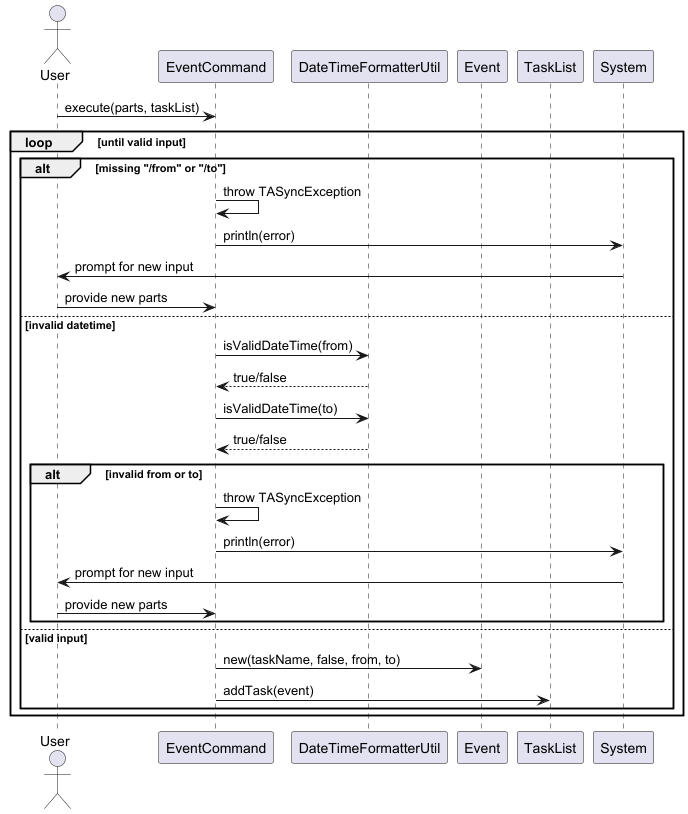
Before: docs/diagrams/tasklistcommands/EventCommandSequenceDiagram.png, a diagram exported from PlantUML (wongyihao02/tp).
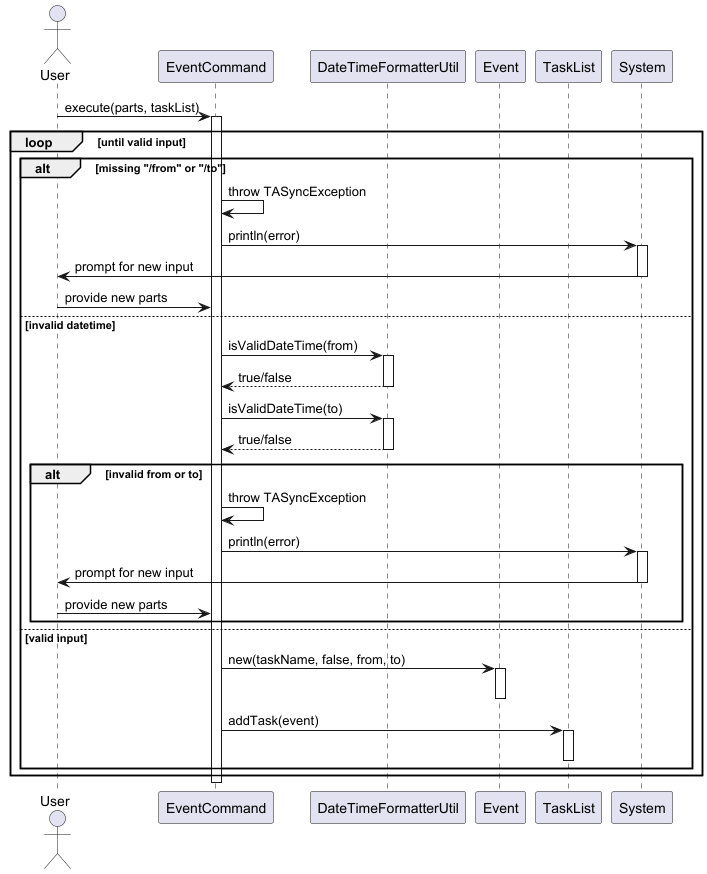
The same file after the commit.

Diff of the diagram source:
```diff
@@ -9,28 +9,45 @@
 participant "System" as Console
 
 User -> EventCmd : execute(parts, taskList)
+activate EventCmd
 
 loop until valid input
     alt missing "/from" or "/to"
         EventCmd -> EventCmd : throw TASyncException
         EventCmd -> Console : println(error)
+        activate Console
         Console -> User : prompt for new input
+        deactivate Console
         User -> EventCmd : provide new parts
     else invalid datetime
         EventCmd -> Formatter : isValidDateTime(from)
+        activate Formatter
         Formatter --> EventCmd : true/false
+        deactivate Formatter
+
         EventCmd -> Formatter : isValidDateTime(to)
+        activate Formatter
         Formatter --> EventCmd : true/false
+        deactivate Formatter
+
         alt invalid from or to
             EventCmd -> EventCmd : throw TASyncException
             EventCmd -> Console : println(error)
+            activate Console
             Console -> User : prompt for new input
+            deactivate Console
             User -> EventCmd : provide new parts
         end
     else valid input
         EventCmd -> Event : new(taskName, false, from, to)
+        activate Event
+        deactivate Event
+
         EventCmd -> TaskList : addTask(event)
+        activate TaskList
+        deactivate TaskList
     end
 end
 
+deactivate EventCmd
 @enduml
```
